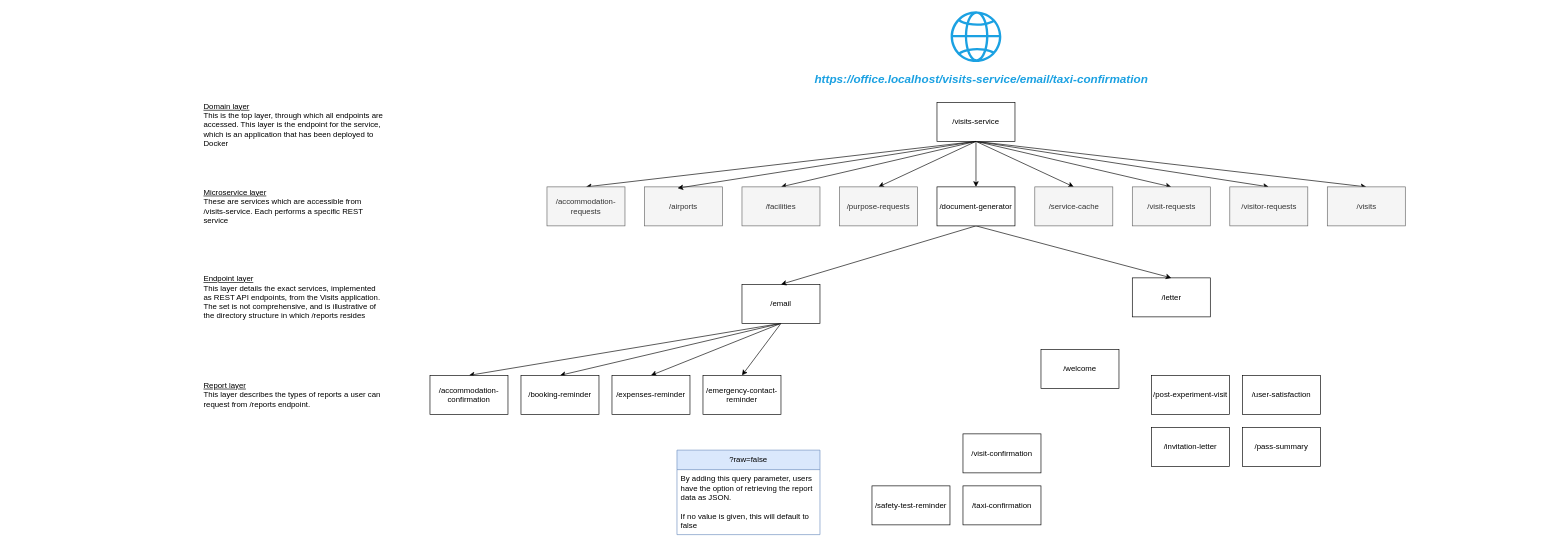
Above: Service URL hierarchy.drawio in ambolt314/FinalProjectDesign (draw.io), before the change. Source tidied: cells renumbered, new cells numbered last; positions are measured from the earlier drawing's top-left corner, leaving out a move shared by most shapes. Both pictures are drawn from the tidied source at 65%, with x=0, y=0 at pixel (202, 11).
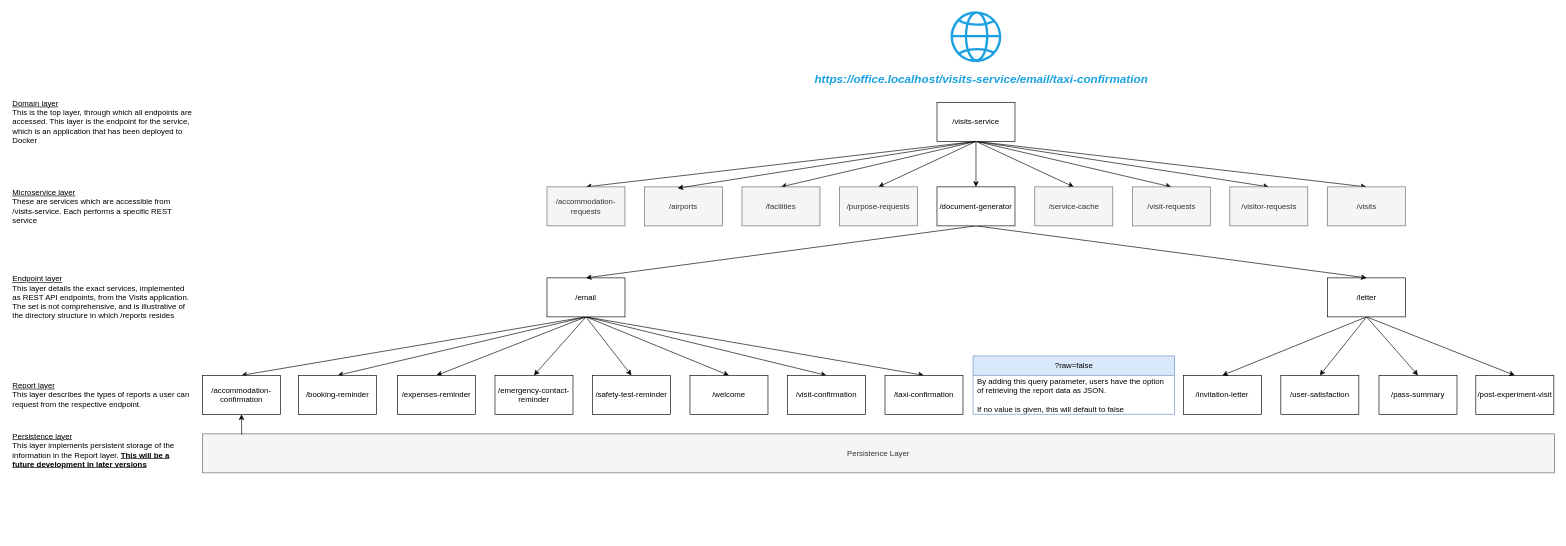
After the change.

Commit message:
Added persistence layer

The edit, as a diff of the source:
```diff
@@
+    <mxCell id="49" style="edgeStyle=none;rounded=0;jettySize=auto;html=1;entryX=0.5;entryY=0;entryDx=0;entryDy=0;exitX=0.5;exitY=1;exitDx=0;exitDy=0;" parent="1" edge="1" source="16" target="36">
+      <mxGeometry relative="1" as="geometry" />
+    </mxCell>
+    <mxCell id="50" style="edgeStyle=none;rounded=0;jettySize=auto;html=1;entryX=0.5;entryY=0;entryDx=0;entryDy=0;exitX=0.5;exitY=1;exitDx=0;exitDy=0;" parent="1" edge="1" source="16" target="39">
+      <mxGeometry relative="1" as="geometry" />
+    </mxCell>
+    <mxCell id="51" style="edgeStyle=none;rounded=0;jettySize=auto;html=1;entryX=0.5;entryY=0;entryDx=0;entryDy=0;exitX=0.5;exitY=1;exitDx=0;exitDy=0;" parent="1" edge="1" source="16" target="17">
+      <mxGeometry relative="1" as="geometry" />
+    </mxCell>
+    <mxCell id="52" style="edgeStyle=none;rounded=0;jettySize=auto;html=1;entryX=0.5;entryY=0;entryDx=0;entryDy=0;exitX=0.5;exitY=1;exitDx=0;exitDy=0;" parent="1" edge="1" source="16" target="25">
+      <mxGeometry relative="1" as="geometry" />
+    </mxCell>
     <mxCell id="16" value="/email" style="rounded=0;whiteSpace=wrap;html=1;" parent="1" vertex="1">
-      <mxGeometry x="830" y="420" width="120" height="60" as="geometry" />
+      <mxGeometry x="530" y="410" width="120" height="60" as="geometry" />
     </mxCell>
     <mxCell id="17" value="/visit-confirmation" style="rounded=0;whiteSpace=wrap;html=1;" parent="1" vertex="1">
-      <mxGeometry x="1170" y="650" width="120" height="60" as="geometry" />
+      <mxGeometry x="900" y="560" width="120" height="60" as="geometry" />
     </mxCell>
@@
     <mxCell id="25" value="/taxi-confirmation" style="rounded=0;whiteSpace=wrap;html=1;" parent="1" vertex="1">
-      <mxGeometry x="1170" y="730" width="120" height="60" as="geometry" />
+      <mxGeometry x="1050" y="560" width="120" height="60" as="geometry" />
     </mxCell>
     <mxCell id="26" value="/booking-reminder" style="rounded=0;whiteSpace=wrap;html=1;" parent="1" vertex="1">
-      <mxGeometry x="490" y="560" width="120" height="60" as="geometry" />
+      <mxGeometry x="148" y="560" width="120" height="60" as="geometry" />
     </mxCell>
     <mxCell id="27" value="&lt;div align=&quot;left&quot;&gt;&lt;u&gt;Domain layer&lt;/u&gt;&lt;/div&gt;&lt;div align=&quot;left&quot;&gt;This is the top layer, through which all endpoints are accessed. This layer is the endpoint for the service, which is an application that has been deployed to Docker&lt;br&gt;&lt;/div&gt;" style="text;html=1;align=left;verticalAlign=middle;whiteSpace=wrap;rounded=0;" parent="1" vertex="1">
-      <mxGeometry y="160" width="280" height="30" as="geometry" />
+      <mxGeometry x="-294" y="155" width="280" height="30" as="geometry" />
     </mxCell>
-    <mxCell id="28" value="&lt;u&gt;Report layer&lt;br&gt;&lt;/u&gt;&lt;div align=&quot;left&quot;&gt;This layer describes the types of reports a user can request from /reports endpoint.&lt;br&gt;&lt;/div&gt;" style="text;html=1;align=left;verticalAlign=middle;whiteSpace=wrap;rounded=0;" parent="1" vertex="1">
-      <mxGeometry y="575" width="280" height="30" as="geometry" />
+    <mxCell id="28" value="&lt;u&gt;Report layer&lt;br&gt;&lt;/u&gt;&lt;div align=&quot;left&quot;&gt;This layer describes the types of reports a user can request from the respective endpoint.&lt;br&gt;&lt;/div&gt;" style="text;html=1;align=left;verticalAlign=middle;whiteSpace=wrap;rounded=0;" parent="1" vertex="1">
+      <mxGeometry x="-294" y="575" width="280" height="30" as="geometry" />
     </mxCell>
     <mxCell id="29" value="/accommodation-confirmation" style="rounded=0;whiteSpace=wrap;html=1;" parent="1" vertex="1">
-      <mxGeometry x="350" y="560" width="120" height="60" as="geometry" />
+      <mxGeometry y="560" width="120" height="60" as="geometry" />
     </mxCell>
     <mxCell id="30" value="&lt;u&gt;Endpoint layer&lt;/u&gt;&lt;div align=&quot;left&quot;&gt;This layer details the exact services, implemented as REST API endpoints, from the Visits application. The set is not comprehensive, and is illustrative of the directory structure in which /reports resides&lt;br&gt;&lt;/div&gt;" style="text;html=1;align=left;verticalAlign=middle;whiteSpace=wrap;rounded=0;" parent="1" vertex="1">
-      <mxGeometry y="425" width="280" height="30" as="geometry" />
+      <mxGeometry x="-294" y="425" width="280" height="30" as="geometry" />
     </mxCell>
@@
     <mxCell id="32" value="/expenses-reminder" style="rounded=0;whiteSpace=wrap;html=1;" parent="1" vertex="1">
-      <mxGeometry x="630" y="560" width="120" height="60" as="geometry" />
+      <mxGeometry x="300" y="560" width="120" height="60" as="geometry" />
     </mxCell>
     <mxCell id="33" value="/invitation-letter" style="rounded=0;whiteSpace=wrap;html=1;" parent="1" vertex="1">
-      <mxGeometry x="1460" y="640" width="120" height="60" as="geometry" />
+      <mxGeometry x="1509" y="560" width="120" height="60" as="geometry" />
     </mxCell>
     <mxCell id="34" value="/pass-summary" style="rounded=0;whiteSpace=wrap;html=1;" parent="1" vertex="1">
-      <mxGeometry x="1600" y="640" width="120" height="60" as="geometry" />
+      <mxGeometry x="1810" y="560" width="120" height="60" as="geometry" />
     </mxCell>
     <mxCell id="35" value="/post-experiment-visit" style="rounded=0;whiteSpace=wrap;html=1;" parent="1" vertex="1">
-      <mxGeometry x="1460" y="560" width="120" height="60" as="geometry" />
+      <mxGeometry x="1959" y="560" width="120" height="60" as="geometry" />
     </mxCell>
     <mxCell id="36" value="/safety-test-reminder" style="rounded=0;whiteSpace=wrap;html=1;" parent="1" vertex="1">
-      <mxGeometry x="1030" y="730" width="120" height="60" as="geometry" />
+      <mxGeometry x="600" y="560" width="120" height="60" as="geometry" />
     </mxCell>
     <mxCell id="37" value="/emergency-contact-reminder" style="rounded=0;whiteSpace=wrap;html=1;" parent="1" vertex="1">
-      <mxGeometry x="770" y="560" width="120" height="60" as="geometry" />
+      <mxGeometry x="450" y="560" width="120" height="60" as="geometry" />
     </mxCell>
     <mxCell id="38" value="/user-satisfaction" style="rounded=0;whiteSpace=wrap;html=1;" parent="1" vertex="1">
-      <mxGeometry x="1600" y="560" width="120" height="60" as="geometry" />
+      <mxGeometry x="1659" y="560" width="120" height="60" as="geometry" />
     </mxCell>
     <mxCell id="39" value="/welcome" style="rounded=0;whiteSpace=wrap;html=1;" parent="1" vertex="1">
-      <mxGeometry x="1290" y="520" width="120" height="60" as="geometry" />
+      <mxGeometry x="750" y="560" width="120" height="60" as="geometry" />
     </mxCell>
@@
+    <mxCell id="53" style="edgeStyle=none;rounded=0;jettySize=auto;html=1;entryX=0.5;entryY=0;entryDx=0;entryDy=0;exitX=0.5;exitY=1;exitDx=0;exitDy=0;" parent="1" edge="1" source="41" target="35">
+      <mxGeometry relative="1" as="geometry" />
+    </mxCell>
+    <mxCell id="54" style="edgeStyle=none;rounded=0;jettySize=auto;html=1;entryX=0.5;entryY=0;entryDx=0;entryDy=0;exitX=0.5;exitY=1;exitDx=0;exitDy=0;" parent="1" edge="1" source="41" target="33">
+      <mxGeometry relative="1" as="geometry" />
+    </mxCell>
+    <mxCell id="55" style="edgeStyle=none;rounded=0;jettySize=auto;html=1;entryX=0.5;entryY=0;entryDx=0;entryDy=0;exitX=0.5;exitY=1;exitDx=0;exitDy=0;" parent="1" edge="1" source="41" target="38">
+      <mxGeometry relative="1" as="geometry" />
+    </mxCell>
+    <mxCell id="56" style="edgeStyle=none;rounded=0;jettySize=auto;html=1;entryX=0.5;entryY=0;entryDx=0;entryDy=0;exitX=0.5;exitY=1;exitDx=0;exitDy=0;" parent="1" edge="1" source="41" target="34">
+      <mxGeometry relative="1" as="geometry" />
+    </mxCell>
     <mxCell id="41" value="&lt;div&gt;/letter&lt;/div&gt;" style="rounded=0;whiteSpace=wrap;html=1;" parent="1" vertex="1">
-      <mxGeometry x="1430.5" y="410" width="120" height="60" as="geometry" />
+      <mxGeometry x="1731" y="410" width="120" height="60" as="geometry" />
     </mxCell>
@@
     <mxCell id="46" value="&lt;div align=&quot;left&quot;&gt;&lt;u&gt;Microservice layer&lt;/u&gt;&lt;/div&gt;&lt;div align=&quot;left&quot;&gt;These are services which are accessible from /visits-service. Each performs a specific REST service&lt;br&gt;&lt;/div&gt;" style="text;html=1;align=left;verticalAlign=middle;whiteSpace=wrap;rounded=0;" parent="1" vertex="1">
-      <mxGeometry y="285" width="280" height="30" as="geometry" />
+      <mxGeometry x="-294" y="285" width="280" height="30" as="geometry" />
     </mxCell>
     <mxCell id="47" value="?raw=false" style="swimlane;fontStyle=0;horizontal=1;startSize=30;whiteSpace=wrap;html=1;fillColor=#dae8fc;strokeColor=#6c8ebf;" parent="1" vertex="1">
-      <mxGeometry x="730" y="675" width="220" height="130" as="geometry" />
+      <mxGeometry x="1185.5" y="530" width="310" height="90" as="geometry" />
     </mxCell>
     <mxCell id="48" value="&lt;div&gt;By adding this query parameter, users have the option of retrieving the report data as JSON.&lt;/div&gt;&lt;div&gt;&lt;br&gt;&lt;/div&gt;&lt;div&gt;If no value is given, this will default to false&lt;br&gt;&lt;/div&gt;" style="text;strokeColor=none;fillColor=none;align=left;verticalAlign=middle;spacingLeft=4;spacingRight=4;overflow=hidden;whiteSpace=wrap;html=1;" parent="47" vertex="1">
-      <mxGeometry y="30" width="220" height="100" as="geometry" />
+      <mxGeometry y="30" width="310" height="60" as="geometry" />
     </mxCell>
+    <mxCell id="57" value="&lt;u&gt;Persistence layer&lt;br&gt;&lt;/u&gt;&lt;div align=&quot;left&quot;&gt;This layer implements persistent storage of the information in the Report layer. &lt;b&gt;&lt;u&gt;This will be a future development in later versions&lt;/u&gt;&lt;/b&gt;&lt;br&gt;&lt;/div&gt;" style="text;html=1;align=left;verticalAlign=middle;whiteSpace=wrap;rounded=0;" parent="1" vertex="1">
+      <mxGeometry x="-294" y="660" width="280" height="30" as="geometry" />
+    </mxCell>
+    <mxCell id="58" value="Persistence Layer" style="rounded=0;whiteSpace=wrap;html=1;fillColor=#f5f5f5;fontColor=#333333;strokeColor=#666666;" parent="1" vertex="1">
+      <mxGeometry y="650" width="2080" height="60" as="geometry" />
+    </mxCell>
+    <mxCell id="59" style="edgeStyle=none;rounded=0;jettySize=auto;html=1;entryX=0.5;entryY=1;entryDx=0;entryDy=0;exitX=0.029;exitY=0.017;exitDx=0;exitDy=0;exitPerimeter=0;" parent="1" edge="1" source="58" target="29">
+      <mxGeometry relative="1" as="geometry" />
+    </mxCell>
```
